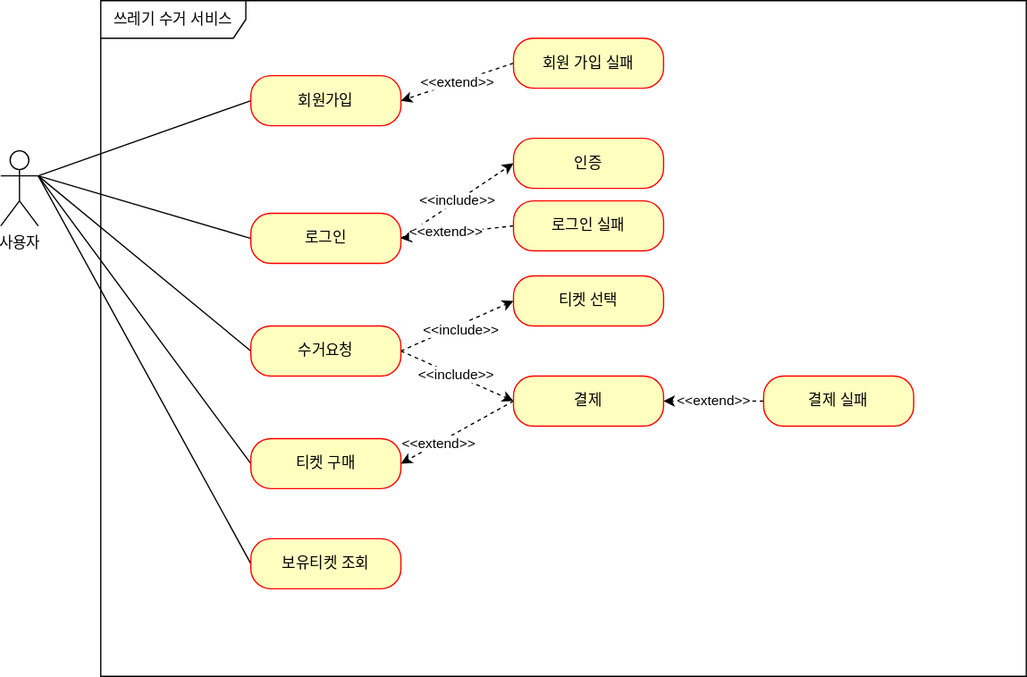
Before: documents/usecase.svg, a diagram exported from draw.io (23Yong/Let-me-clean). Source tidied: cells renumbered, new cells last; positions are measured from the earlier drawing's top-left corner, leaving out a move shared by most shapes.
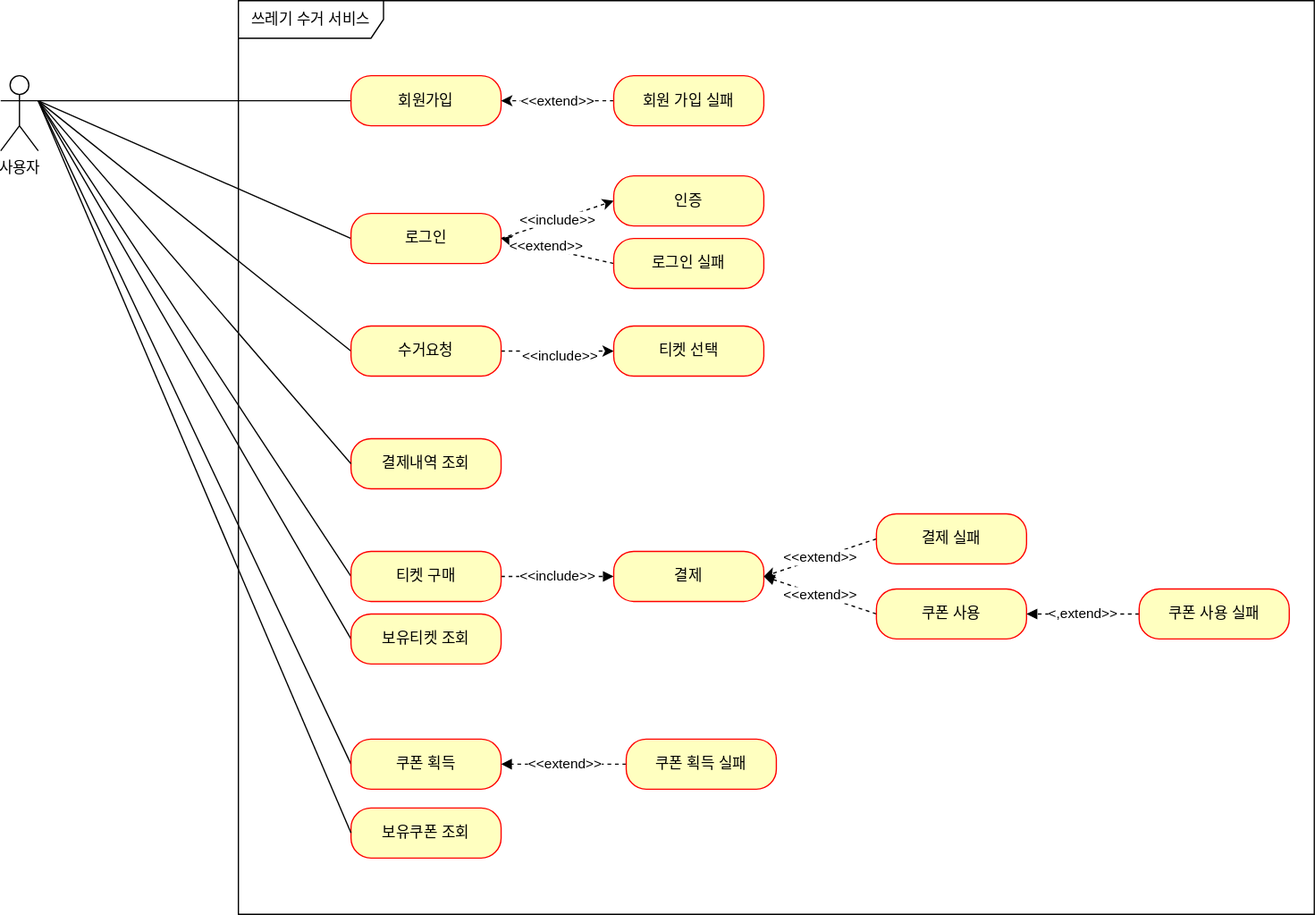
The same file after the commit.

Commit message:
#53 - 유즈케이스 수정 : 쿠폰 서비스 적용

The edit, as a diff of the source:
```diff
@@ -2,6 +2,9 @@
   <root>
     <mxCell id="0" />
     <mxCell id="1" parent="0" />
+    <mxCell id="8" value="쓰레기 수거 서비스" style="shape=umlFrame;whiteSpace=wrap;html=1;width=116;height=30;" parent="1" vertex="1">
+      <mxGeometry x="110" width="860" height="730" as="geometry" />
+    </mxCell>
     <mxCell id="2" style="edgeStyle=none;rounded=0;jettySize=auto;html=1;exitX=1;exitY=0.3333333333333333;exitDx=0;exitDy=0;exitPerimeter=0;entryX=0;entryY=0.5;entryDx=0;entryDy=0;endArrow=none;endFill=0;" parent="1" edge="1" source="7" target="9">
       <mxGeometry relative="1" as="geometry" />
     </mxCell>
@@ -17,21 +20,15 @@
     <mxCell id="6" style="edgeStyle=none;rounded=0;jettySize=auto;html=1;exitX=1;exitY=0.3333333333333333;exitDx=0;exitDy=0;exitPerimeter=0;entryX=0;entryY=0.5;entryDx=0;entryDy=0;endArrow=none;endFill=0;" parent="1" edge="1" source="7" target="18">
       <mxGeometry relative="1" as="geometry" />
     </mxCell>
+    <mxCell id="31" style="rounded=0;jettySize=auto;html=1;exitX=1;exitY=0.3333333333333333;exitDx=0;exitDy=0;exitPerimeter=0;entryX=0;entryY=0.5;entryDx=0;entryDy=0;endArrow=none;endFill=0;" parent="1" edge="1" source="7" target="32">
+      <mxGeometry relative="1" as="geometry" />
+    </mxCell>
     <mxCell id="7" value="사용자" style="shape=umlActor;verticalLabelPosition=bottom;verticalAlign=top;html=1;outlineConnect=0;" parent="1" vertex="1">
-      <mxGeometry y="120" width="30" height="60" as="geometry" />
+      <mxGeometry x="-80" y="60" width="30" height="60" as="geometry" />
     </mxCell>
-    <mxCell id="8" value="쓰레기 수거 서비스" style="shape=umlFrame;whiteSpace=wrap;html=1;width=116;height=30;" parent="1" vertex="1">
-      <mxGeometry x="80" width="740" height="540" as="geometry" />
-    </mxCell>
     <mxCell id="9" value="회원가입" style="rounded=1;whiteSpace=wrap;html=1;arcSize=40;fontColor=#000000;fillColor=#ffffc0;strokeColor=#ff0000;" parent="1" vertex="1">
       <mxGeometry x="200" y="60" width="120" height="40" as="geometry" />
     </mxCell>
-    <mxCell id="10" style="rounded=0;jettySize=auto;html=1;exitX=1;exitY=0.5;exitDx=0;exitDy=0;entryX=0;entryY=0.5;entryDx=0;entryDy=0;dashed=1;" parent="1" edge="1" source="16" target="21">
-      <mxGeometry relative="1" as="geometry" />
-    </mxCell>
-    <mxCell id="11" value="&amp;lt;&amp;lt;include&amp;gt;&amp;gt;" style="edgeLabel;html=1;align=center;verticalAlign=middle;" parent="10" vertex="1">
-      <mxGeometry x="-0.05" y="1" relative="1" as="geometry" />
-    </mxCell>
     <mxCell id="12" style="edgeStyle=none;rounded=0;jettySize=auto;html=1;exitX=1;exitY=0.5;exitDx=0;exitDy=0;entryX=0;entryY=0.5;entryDx=0;entryDy=0;dashed=1;" parent="1" edge="1" source="16" target="22">
       <mxGeometry relative="1" as="geometry" />
     </mxCell>
@@ -47,28 +44,23 @@
     <mxCell id="16" value="수거요청" style="rounded=1;whiteSpace=wrap;html=1;arcSize=40;fontColor=#000000;fillColor=#ffffc0;strokeColor=#ff0000;" parent="1" vertex="1">
       <mxGeometry x="200" y="260" width="120" height="40" as="geometry" />
     </mxCell>
+    <mxCell id="11" value="&amp;lt;&amp;lt;include&amp;gt;&amp;gt;" style="edgeStyle=none;rounded=0;jettySize=auto;html=1;exitX=1;exitY=0.5;exitDx=0;exitDy=0;entryX=0;entryY=0.5;entryDx=0;entryDy=0;dashed=1;endArrow=block;endFill=1;" parent="1" edge="1" source="17" target="21">
+      <mxGeometry relative="1" as="geometry" />
+    </mxCell>
     <mxCell id="17" value="티켓 구매" style="rounded=1;whiteSpace=wrap;html=1;arcSize=40;fontColor=#000000;fillColor=#ffffc0;strokeColor=#ff0000;" parent="1" vertex="1">
-      <mxGeometry x="200" y="350" width="120" height="40" as="geometry" />
+      <mxGeometry x="200" y="440" width="120" height="40" as="geometry" />
     </mxCell>
     <mxCell id="18" value="보유티켓 조회" style="rounded=1;whiteSpace=wrap;html=1;arcSize=40;fontColor=#000000;fillColor=#ffffc0;strokeColor=#ff0000;" parent="1" vertex="1">
-      <mxGeometry x="200" y="430" width="120" height="40" as="geometry" />
+      <mxGeometry x="200" y="490" width="120" height="40" as="geometry" />
     </mxCell>
-    <mxCell id="19" style="edgeStyle=none;rounded=0;jettySize=auto;html=1;exitX=0;exitY=0.5;exitDx=0;exitDy=0;entryX=1;entryY=0.5;entryDx=0;entryDy=0;dashed=1;" parent="1" edge="1" source="21" target="17">
-      <mxGeometry relative="1" as="geometry" />
-    </mxCell>
-    <mxCell id="20" value="&amp;lt;&amp;lt;extend&amp;gt;&amp;gt;" style="edgeLabel;html=1;align=center;verticalAlign=middle;" parent="19" vertex="1">
-      <mxGeometry x="0.33" relative="1" as="geometry">
-        <mxPoint x="-1" as="offset" />
-      </mxGeometry>
-    </mxCell>
     <mxCell id="21" value="결제" style="rounded=1;whiteSpace=wrap;html=1;arcSize=40;fontColor=#000000;fillColor=#ffffc0;strokeColor=#ff0000;" parent="1" vertex="1">
-      <mxGeometry x="410" y="300" width="120" height="40" as="geometry" />
+      <mxGeometry x="410" y="440" width="120" height="40" as="geometry" />
     </mxCell>
     <mxCell id="22" value="티켓 선택" style="rounded=1;whiteSpace=wrap;html=1;arcSize=40;fontColor=#000000;fillColor=#ffffc0;strokeColor=#ff0000;" parent="1" vertex="1">
-      <mxGeometry x="410" y="220" width="120" height="40" as="geometry" />
+      <mxGeometry x="410" y="260" width="120" height="40" as="geometry" />
     </mxCell>
     <mxCell id="23" value="인증" style="rounded=1;whiteSpace=wrap;html=1;arcSize=40;fontColor=#000000;fillColor=#ffffc0;strokeColor=#ff0000;" parent="1" vertex="1">
-      <mxGeometry x="410" y="110" width="120" height="40" as="geometry" />
+      <mxGeometry x="410" y="140" width="120" height="40" as="geometry" />
     </mxCell>
     <mxCell id="24" style="edgeStyle=none;rounded=0;jettySize=auto;html=1;exitX=0;exitY=0.5;exitDx=0;exitDy=0;entryX=1;entryY=0.5;entryDx=0;entryDy=0;endArrow=classic;endFill=1;dashed=1;" parent="1" edge="1" source="26" target="15">
       <mxGeometry relative="1" as="geometry" />
@@ -77,19 +69,55 @@
       <mxGeometry x="0.22" y="-2" relative="1" as="geometry" />
     </mxCell>
     <mxCell id="26" value="로그인 실패" style="rounded=1;whiteSpace=wrap;html=1;arcSize=40;fontColor=#000000;fillColor=#ffffc0;strokeColor=#ff0000;" parent="1" vertex="1">
-      <mxGeometry x="410" y="160" width="120" height="40" as="geometry" />
+      <mxGeometry x="410" y="190" width="120" height="40" as="geometry" />
     </mxCell>
     <mxCell id="27" value="&amp;lt;&amp;lt;extend&amp;gt;&amp;gt;" style="edgeStyle=none;rounded=0;jettySize=auto;html=1;exitX=0;exitY=0.5;exitDx=0;exitDy=0;entryX=1;entryY=0.5;entryDx=0;entryDy=0;dashed=1;endArrow=classic;endFill=1;" parent="1" edge="1" source="28" target="9">
       <mxGeometry relative="1" as="geometry" />
     </mxCell>
     <mxCell id="28" value="회원 가입 실패" style="rounded=1;whiteSpace=wrap;html=1;arcSize=40;fontColor=#000000;fillColor=#ffffc0;strokeColor=#ff0000;" parent="1" vertex="1">
-      <mxGeometry x="410" y="30" width="120" height="40" as="geometry" />
+      <mxGeometry x="410" y="60" width="120" height="40" as="geometry" />
     </mxCell>
     <mxCell id="29" value="&amp;lt;&amp;lt;extend&amp;gt;&amp;gt;" style="edgeStyle=none;rounded=0;jettySize=auto;html=1;exitX=0;exitY=0.5;exitDx=0;exitDy=0;entryX=1;entryY=0.5;entryDx=0;entryDy=0;dashed=1;endArrow=classic;endFill=1;" parent="1" edge="1" source="30" target="21">
       <mxGeometry relative="1" as="geometry" />
     </mxCell>
     <mxCell id="30" value="결제 실패" style="rounded=1;whiteSpace=wrap;html=1;arcSize=40;fontColor=#000000;fillColor=#ffffc0;strokeColor=#ff0000;" parent="1" vertex="1">
-      <mxGeometry x="610" y="300" width="120" height="40" as="geometry" />
+      <mxGeometry x="620" y="410" width="120" height="40" as="geometry" />
     </mxCell>
+    <mxCell id="32" value="쿠폰 획득" style="rounded=1;whiteSpace=wrap;html=1;arcSize=40;fontColor=#000000;fillColor=#ffffc0;strokeColor=#ff0000;" parent="1" vertex="1">
+      <mxGeometry x="200" y="590" width="120" height="40" as="geometry" />
+    </mxCell>
+    <mxCell id="33" style="edgeStyle=none;rounded=0;jettySize=auto;html=1;exitX=0;exitY=0.5;exitDx=0;exitDy=0;entryX=1;entryY=0.5;entryDx=0;entryDy=0;endArrow=block;endFill=1;dashed=1;" parent="1" edge="1" source="34" target="32">
+      <mxGeometry relative="1" as="geometry" />
+    </mxCell>
+    <mxCell id="20" value="&amp;lt;&amp;lt;extend&amp;gt;&amp;gt;" style="edgeLabel;html=1;align=center;verticalAlign=middle;" parent="33" vertex="1">
+      <mxGeometry x="-0.01" y="-1" relative="1" as="geometry" />
+    </mxCell>
+    <mxCell id="34" value="쿠폰 획득 실패" style="rounded=1;whiteSpace=wrap;html=1;arcSize=40;fontColor=#000000;fillColor=#ffffc0;strokeColor=#ff0000;" parent="1" vertex="1">
+      <mxGeometry x="420" y="590" width="120" height="40" as="geometry" />
+    </mxCell>
+    <mxCell id="35" value="&amp;lt;&amp;lt;extend&amp;gt;&amp;gt;" style="edgeStyle=none;rounded=0;jettySize=auto;html=1;exitX=0;exitY=0.5;exitDx=0;exitDy=0;entryX=1;entryY=0.5;entryDx=0;entryDy=0;dashed=1;endArrow=block;endFill=1;" parent="1" edge="1" source="36" target="21">
+      <mxGeometry relative="1" as="geometry" />
+    </mxCell>
+    <mxCell id="36" value="쿠폰 사용" style="rounded=1;whiteSpace=wrap;html=1;arcSize=40;fontColor=#000000;fillColor=#ffffc0;strokeColor=#ff0000;" parent="1" vertex="1">
+      <mxGeometry x="620" y="470" width="120" height="40" as="geometry" />
+    </mxCell>
+    <mxCell id="37" value="&amp;lt;,extend&amp;gt;&amp;gt;" style="edgeStyle=none;rounded=0;jettySize=auto;html=1;exitX=0;exitY=0.5;exitDx=0;exitDy=0;entryX=1;entryY=0.5;entryDx=0;entryDy=0;dashed=1;endArrow=block;endFill=1;" parent="1" edge="1" source="38" target="36">
+      <mxGeometry relative="1" as="geometry" />
+    </mxCell>
+    <mxCell id="38" value="쿠폰 사용 실패" style="rounded=1;whiteSpace=wrap;html=1;arcSize=40;fontColor=#000000;fillColor=#ffffc0;strokeColor=#ff0000;" parent="1" vertex="1">
+      <mxGeometry x="830" y="470" width="120" height="40" as="geometry" />
+    </mxCell>
+    <mxCell id="39" value="보유쿠폰 조회" style="rounded=1;whiteSpace=wrap;html=1;arcSize=40;fontColor=#000000;fillColor=#ffffc0;strokeColor=#ff0000;" parent="1" vertex="1">
+      <mxGeometry x="200" y="645" width="120" height="40" as="geometry" />
+    </mxCell>
+    <mxCell id="40" style="rounded=0;jettySize=auto;html=1;exitX=1;exitY=0.3333333333333333;exitDx=0;exitDy=0;exitPerimeter=0;entryX=0;entryY=0.5;entryDx=0;entryDy=0;endArrow=none;endFill=0;" parent="1" edge="1" source="7" target="39">
+      <mxGeometry relative="1" as="geometry" />
+    </mxCell>
+    <mxCell id="41" value="결제내역 조회" style="rounded=1;whiteSpace=wrap;html=1;arcSize=40;fontColor=#000000;fillColor=#ffffc0;strokeColor=#ff0000;" parent="1" vertex="1">
+      <mxGeometry x="200" y="350" width="120" height="40" as="geometry" />
+    </mxCell>
+    <mxCell id="42" style="edgeStyle=none;rounded=0;jettySize=auto;html=1;exitX=1;exitY=0.3333333333333333;exitDx=0;exitDy=0;exitPerimeter=0;entryX=0;entryY=0.5;entryDx=0;entryDy=0;endArrow=none;endFill=0;" parent="1" edge="1" source="7" target="41">
+      <mxGeometry relative="1" as="geometry" />
+    </mxCell>
   </root>
 </mxGraphModel>
```
